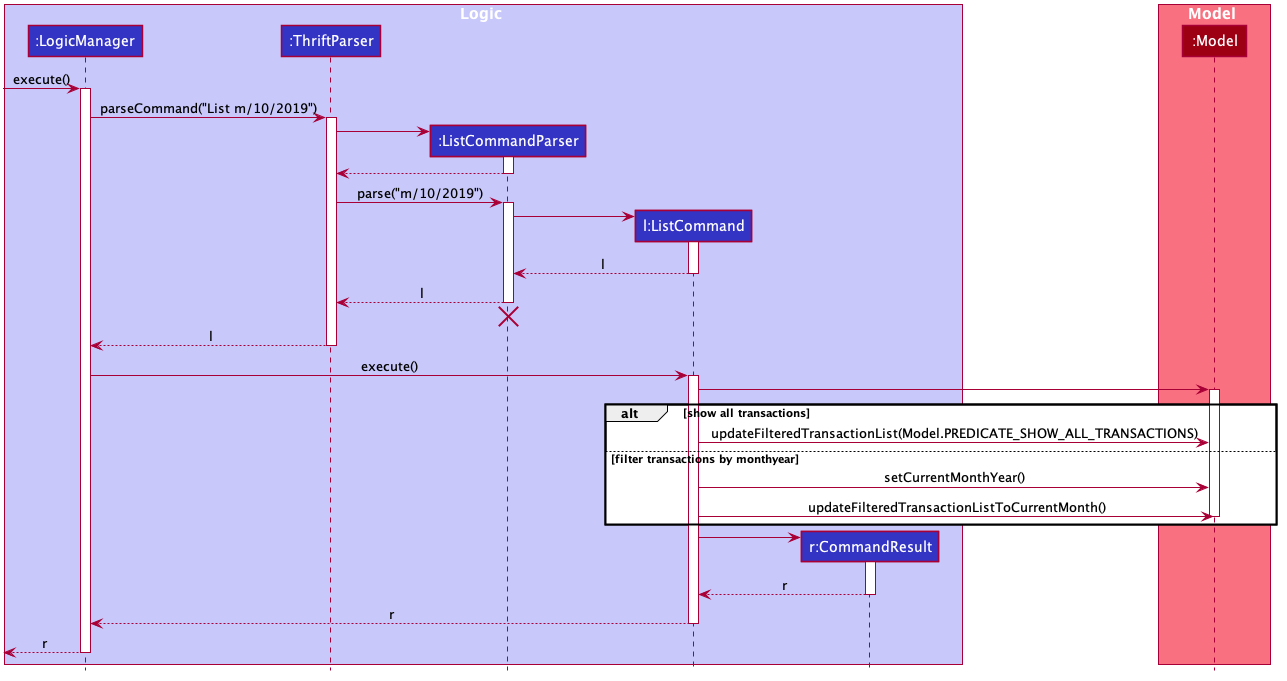
Earlier version of the PlantUML export docs/images/list/ListSequenceDiagram.png (kensonoenqh/main).
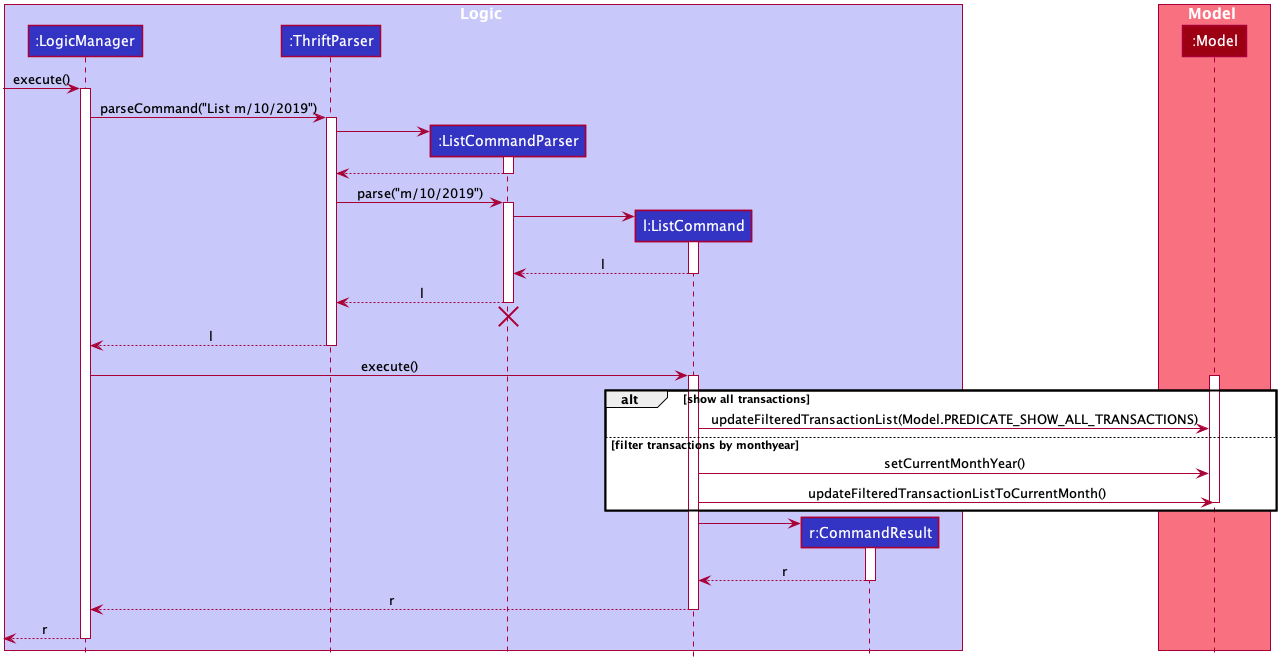
After the commit.

Commit message:
Minor edit to diagram and PPP

What changed in the source:
```diff
@@ -93,7 +93,6 @@
 LogicManager -> ListCommand : execute()
 activate ListCommand
 
-ListCommand -> Model
 activate Model
 
 alt show all transactions
```
